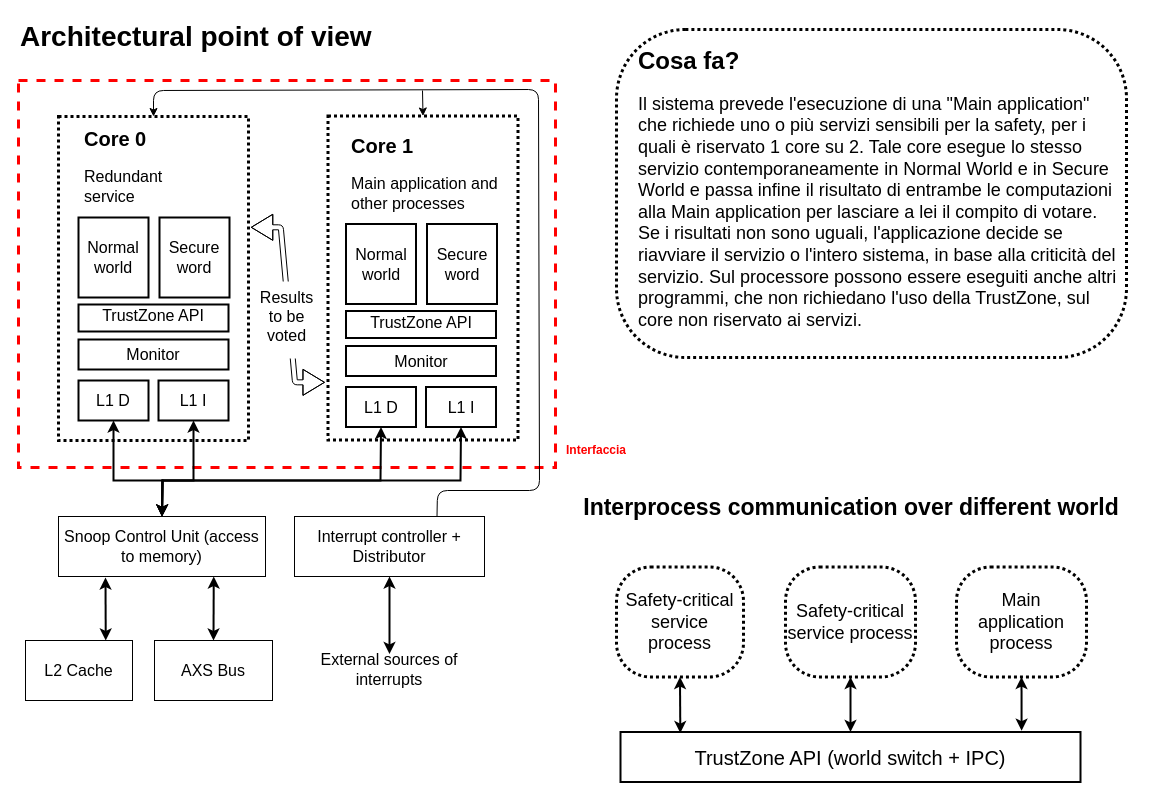
Earlier version of the draw.io diagram page "Page-3" (4 of 5) of Untitled Diagram.drawio (gabrielegiannini/quality-and-certification-project). Source tidied: cells renumbered, new cells numbered last; positions are measured from the earlier drawing's top-left corner, leaving out a move shared by most shapes. Both pictures are drawn from the tidied source at 100%, with x=0, y=0 at pixel (18, 17).
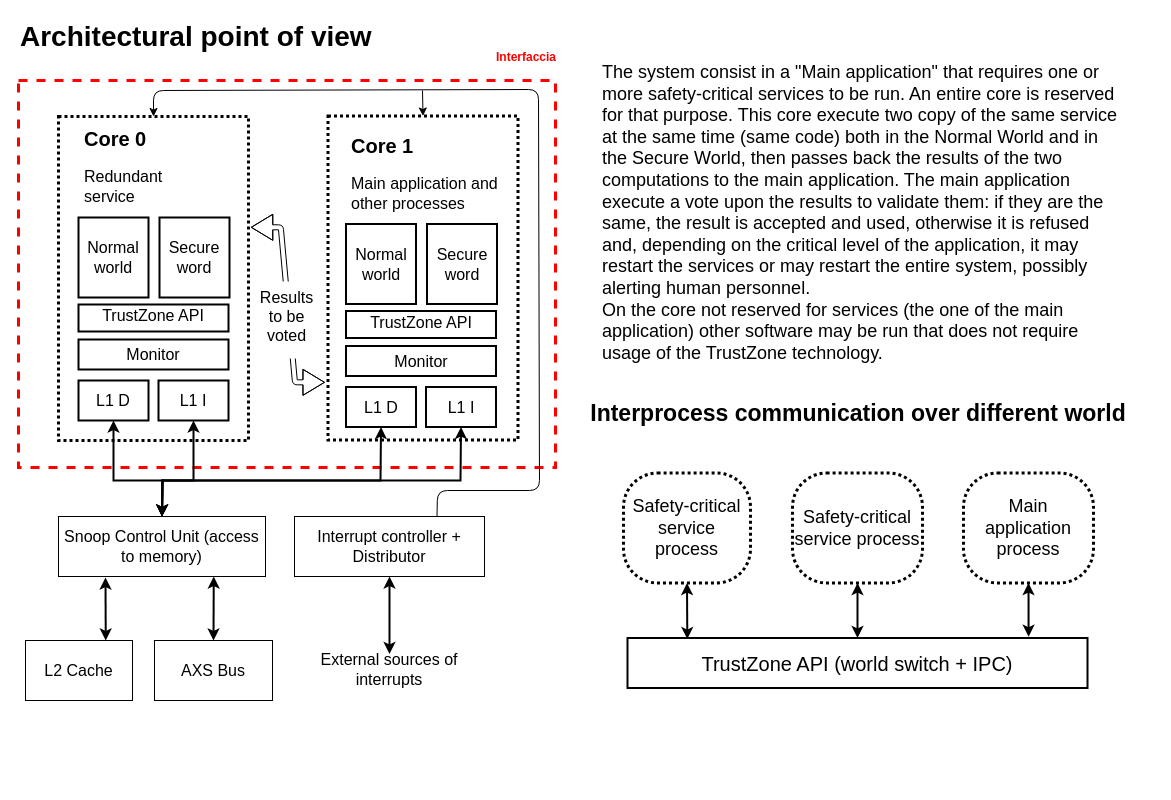
Above is the later version.

The edit, as a diff of the source:
```diff
@@
-    <mxCell id="27" style="whiteSpace=wrap;html=1;rounded=1;arcSize=21;align=center;verticalAlign=middle;strokeWidth=3;spacing=4;fillColor=none;dashed=1;dashPattern=1 1;" parent="1" vertex="1">
-      <mxGeometry x="598" y="12" width="510" height="328" as="geometry" />
-    </mxCell>
-    <mxCell id="28" value="&lt;h1&gt;Cosa fa?&lt;br&gt;&lt;/h1&gt;&lt;p style=&quot;font-size: 18px&quot;&gt;Il sistema prevede l'esecuzione di una &quot;Main application&quot; che richiede uno o più servizi sensibili per la safety, per i quali è riservato 1 core su 2. Tale core esegue lo stesso servizio contemporaneamente in Normal World e in Secure World e passa infine il risultato di entrambe le computazioni alla Main application per lasciare a lei il compito di votare. Se i risultati non sono uguali, l'applicazione decide se riavviare il servizio o l'intero sistema, in base alla criticità del servizio. Sul processore possono essere eseguiti anche altri programmi, che non richiedano l'uso della TrustZone, sul&amp;nbsp; core non riservato ai servizi.&lt;br&gt;&lt;/p&gt;" style="text;html=1;strokeColor=none;fillColor=none;spacing=5;spacingTop=-20;whiteSpace=wrap;overflow=hidden;rounded=0;" parent="1" vertex="1">
-      <mxGeometry x="615" y="24" width="492" height="316" as="geometry" />
+    <mxCell id="28" value="&lt;p style=&quot;font-size: 18px&quot;&gt;The system consist in a &quot;Main application&quot; that requires one or more safety-critical services to be run. An entire core is reserved for that purpose. This core execute two copy of the same service at the same time (same code) both in the Normal World and in the Secure World, then passes back the results of the two computations to the main application. The main application execute a vote upon the results to validate them: if they are the same, the result is accepted and used, otherwise it is refused and, depending on the critical level of the application, it may restart the services or may restart the entire system, possibly alerting human personnel.&lt;br&gt;On the core not reserved for services (the one of the main application) other software may be run that does not require usage of the TrustZone technology.&lt;br&gt;&lt;/p&gt;" style="text;html=1;strokeColor=none;fillColor=none;spacing=5;spacingTop=-20;whiteSpace=wrap;overflow=hidden;rounded=0;" parent="1" vertex="1">
+      <mxGeometry x="579" y="37" width="530" height="323" as="geometry" />
     </mxCell>
     <mxCell id="29" value="&lt;h1 style=&quot;font-size: 23px&quot;&gt;&lt;font style=&quot;font-size: 23px&quot;&gt;Interprocess communication over different world&lt;br&gt;&lt;/font&gt;&lt;/h1&gt;" style="text;html=1;strokeColor=none;fillColor=none;align=center;verticalAlign=middle;whiteSpace=wrap;rounded=0;dashed=1;dashPattern=1 1;" parent="1" vertex="1">
-      <mxGeometry x="537.5" y="460" width="590" height="60" as="geometry" />
+      <mxGeometry x="545" y="366" width="590" height="60" as="geometry" />
     </mxCell>
     <mxCell id="30" style="group;" parent="1" vertex="1">
-      <mxGeometry x="598" y="549.5" width="470" height="215" as="geometry" />
+      <mxGeometry x="605" y="455.5" width="470" height="215" as="geometry" />
     </mxCell>
@@
     <mxCell id="47" value="&lt;b&gt;&lt;font color=&quot;#FF0000&quot;&gt;Interfaccia&lt;/font&gt;&lt;/b&gt;" style="text;html=1;align=center;verticalAlign=middle;whiteSpace=wrap;rounded=0;" parent="1" vertex="1">
-      <mxGeometry x="558" y="423" width="40" height="20" as="geometry" />
+      <mxGeometry x="488" y="30" width="40" height="20" as="geometry" />
     </mxCell>
```
